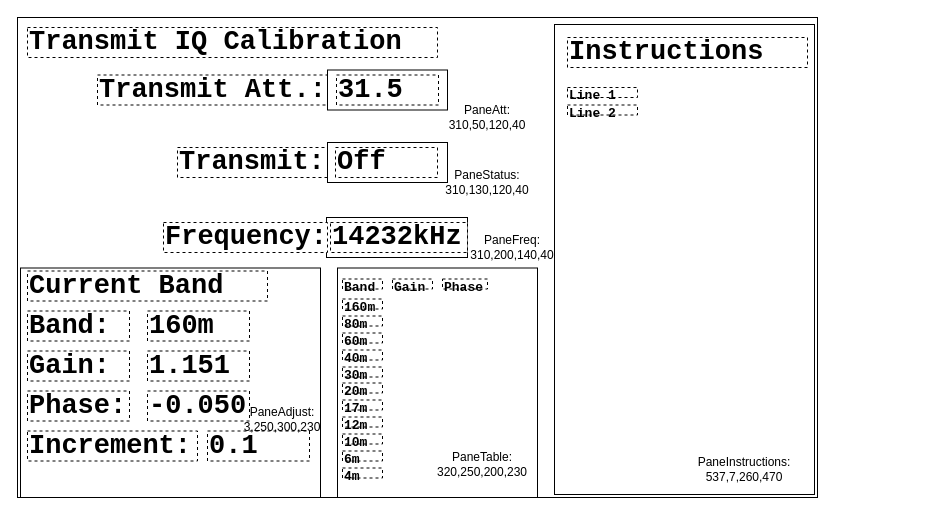
The draw.io diagram page "Transmit IQ Cal" (4 of 7) of code/docs/window_panes.drawio in KI3P/Phoenix, before the edit. Source tidied: cells renumbered, new cells numbered last; positions are measured from the earlier drawing's top-left corner, leaving out a move shared by most shapes. Both pictures are drawn from the tidied source at 100%, with x=0, y=0 at pixel (17, 17).
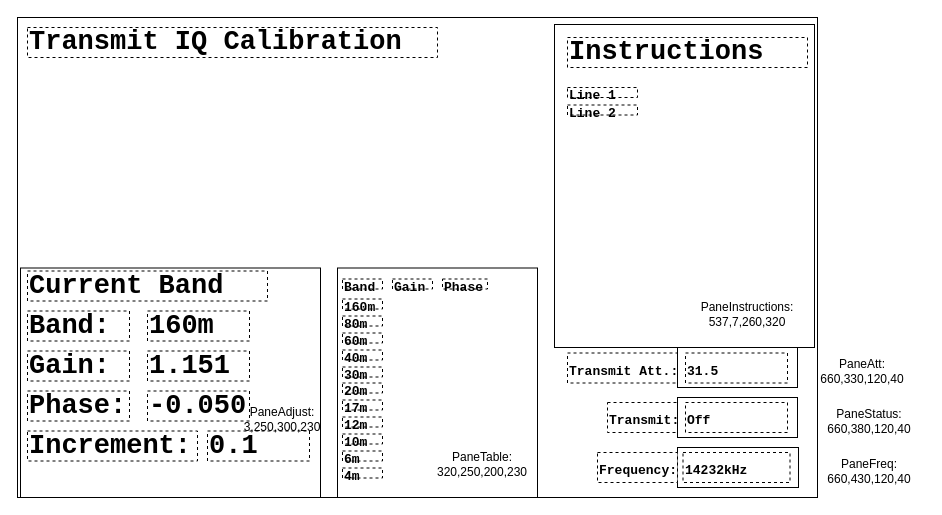
The same page after the edit.

What changed in the source:
```diff
@@
     <mxCell id="29" style="rounded=0;whiteSpace=wrap;html=1;" parent="1" vertex="1">
-      <mxGeometry x="537" y="7" width="260" height="470" as="geometry" />
+      <mxGeometry x="537" y="7" width="260" height="323" as="geometry" />
     </mxCell>
@@
-    <mxCell id="33" value="PaneInstructions: 537,7,260,470" style="text;html=1;whiteSpace=wrap;strokeColor=none;fillColor=none;align=center;verticalAlign=middle;rounded=0;" parent="1" vertex="1">
-      <mxGeometry x="657" y="427" width="140" height="50" as="geometry" />
+    <mxCell id="33" value="PaneInstructions: 537,7,260,320" style="text;html=1;whiteSpace=wrap;strokeColor=none;fillColor=none;align=center;verticalAlign=middle;rounded=0;" parent="1" vertex="1">
+      <mxGeometry x="660" y="271.5" width="140" height="50" as="geometry" />
     </mxCell>
@@
-    <mxCell id="36" value="Transmit Att.:" style="rounded=0;whiteSpace=wrap;html=1;fontFamily=Courier New;fontSize=27;fontStyle=1;align=left;dashed=1;" parent="1" vertex="1">
-      <mxGeometry x="80" y="57.5" width="240" height="30" as="geometry" />
+    <mxCell id="36" value="&lt;font style=&quot;font-size: 13px;&quot;&gt;Transmit Att.:&lt;/font&gt;" style="rounded=0;whiteSpace=wrap;html=1;fontFamily=Courier New;fontSize=27;fontStyle=1;align=left;dashed=1;" parent="1" vertex="1">
+      <mxGeometry x="550" y="335.5" width="120" height="30" as="geometry" />
     </mxCell>
     <mxCell id="37" style="rounded=0;whiteSpace=wrap;html=1;" parent="1" vertex="1">
-      <mxGeometry x="310" y="52.5" width="120" height="40" as="geometry" />
+      <mxGeometry x="660" y="330" width="120" height="40" as="geometry" />
     </mxCell>
-    <mxCell id="38" value="31.5" style="rounded=0;whiteSpace=wrap;html=1;fontFamily=Courier New;fontSize=27;fontStyle=1;align=left;dashed=1;" parent="1" vertex="1">
-      <mxGeometry x="319" y="57.5" width="102" height="30" as="geometry" />
+    <mxCell id="38" value="&lt;font style=&quot;font-size: 13px;&quot;&gt;31.5&lt;/font&gt;" style="rounded=0;whiteSpace=wrap;html=1;fontFamily=Courier New;fontSize=27;fontStyle=1;align=left;dashed=1;" parent="1" vertex="1">
+      <mxGeometry x="668" y="335.5" width="102" height="30" as="geometry" />
     </mxCell>
-    <mxCell id="39" value="PaneAtt: 310,50,120,40" style="text;html=1;whiteSpace=wrap;strokeColor=none;fillColor=none;align=center;verticalAlign=middle;rounded=0;" parent="1" vertex="1">
-      <mxGeometry x="415" y="75" width="110" height="50" as="geometry" />
+    <mxCell id="39" value="PaneAtt: 660,330,120,40" style="text;html=1;whiteSpace=wrap;strokeColor=none;fillColor=none;align=center;verticalAlign=middle;rounded=0;" parent="1" vertex="1">
+      <mxGeometry x="790" y="329.2" width="110" height="50" as="geometry" />
     </mxCell>
-    <mxCell id="40" value="Transmit:" style="rounded=0;whiteSpace=wrap;html=1;fontFamily=Courier New;fontSize=27;fontStyle=1;align=left;dashed=1;" parent="1" vertex="1">
-      <mxGeometry x="160" y="130" width="150" height="30" as="geometry" />
+    <mxCell id="40" value="&lt;font style=&quot;font-size: 13px;&quot;&gt;Transmit:&lt;/font&gt;" style="rounded=0;whiteSpace=wrap;html=1;fontFamily=Courier New;fontSize=27;fontStyle=1;align=left;dashed=1;" parent="1" vertex="1">
+      <mxGeometry x="590" y="385" width="70" height="30" as="geometry" />
     </mxCell>
     <mxCell id="41" style="rounded=0;whiteSpace=wrap;html=1;" parent="1" vertex="1">
-      <mxGeometry x="310" y="125" width="120" height="40" as="geometry" />
+      <mxGeometry x="660" y="380" width="120" height="40" as="geometry" />
     </mxCell>
-    <mxCell id="42" value="Off" style="rounded=0;whiteSpace=wrap;html=1;fontFamily=Courier New;fontSize=27;fontStyle=1;align=left;dashed=1;" parent="1" vertex="1">
-      <mxGeometry x="318" y="130" width="102" height="30" as="geometry" />
+    <mxCell id="42" value="&lt;font style=&quot;font-size: 13px;&quot;&gt;Off&lt;/font&gt;" style="rounded=0;whiteSpace=wrap;html=1;fontFamily=Courier New;fontSize=27;fontStyle=1;align=left;dashed=1;" parent="1" vertex="1">
+      <mxGeometry x="668" y="385" width="102" height="30" as="geometry" />
     </mxCell>
-    <mxCell id="43" value="PaneStatus: 310,130,120,40" style="text;html=1;whiteSpace=wrap;strokeColor=none;fillColor=none;align=center;verticalAlign=middle;rounded=0;" parent="1" vertex="1">
-      <mxGeometry x="415" y="140" width="110" height="50" as="geometry" />
+    <mxCell id="43" value="PaneStatus: 660,380,120,40" style="text;html=1;whiteSpace=wrap;strokeColor=none;fillColor=none;align=center;verticalAlign=middle;rounded=0;" parent="1" vertex="1">
+      <mxGeometry x="797" y="379.2" width="110" height="50" as="geometry" />
     </mxCell>
     <mxCell id="44" style="rounded=0;whiteSpace=wrap;html=1;" parent="1" vertex="1">
-      <mxGeometry x="309" y="200" width="141" height="40" as="geometry" />
+      <mxGeometry x="660" y="430" width="121" height="40" as="geometry" />
     </mxCell>
-    <mxCell id="45" value="Frequency:" style="rounded=0;whiteSpace=wrap;html=1;fontFamily=Courier New;fontSize=27;fontStyle=1;align=left;dashed=1;" parent="1" vertex="1">
-      <mxGeometry x="146" y="205" width="164" height="30" as="geometry" />
+    <mxCell id="45" value="&lt;font style=&quot;font-size: 13px;&quot;&gt;Frequency:&lt;/font&gt;" style="rounded=0;whiteSpace=wrap;html=1;fontFamily=Courier New;fontSize=27;fontStyle=1;align=left;dashed=1;" parent="1" vertex="1">
+      <mxGeometry x="580" y="435" width="80" height="30" as="geometry" />
     </mxCell>
-    <mxCell id="46" value="PaneFreq: 310,200,140,40" style="text;html=1;whiteSpace=wrap;strokeColor=none;fillColor=none;align=center;verticalAlign=middle;rounded=0;" parent="1" vertex="1">
-      <mxGeometry x="440" y="205" width="110" height="50" as="geometry" />
+    <mxCell id="46" value="PaneFreq: 660,430,120,40" style="text;html=1;whiteSpace=wrap;strokeColor=none;fillColor=none;align=center;verticalAlign=middle;rounded=0;" parent="1" vertex="1">
+      <mxGeometry x="797" y="429.2" width="110" height="50" as="geometry" />
     </mxCell>
-    <mxCell id="47" value="14232kHz" style="rounded=0;whiteSpace=wrap;html=1;fontFamily=Courier New;fontSize=27;fontStyle=1;align=left;dashed=1;" parent="1" vertex="1">
-      <mxGeometry x="313" y="205" width="137" height="30" as="geometry" />
+    <mxCell id="47" value="&lt;font style=&quot;font-size: 13px;&quot;&gt;14232kHz&lt;/font&gt;" style="rounded=0;whiteSpace=wrap;html=1;fontFamily=Courier New;fontSize=27;fontStyle=1;align=left;dashed=1;" parent="1" vertex="1">
+      <mxGeometry x="665.5" y="435" width="107" height="30" as="geometry" />
     </mxCell>
```
